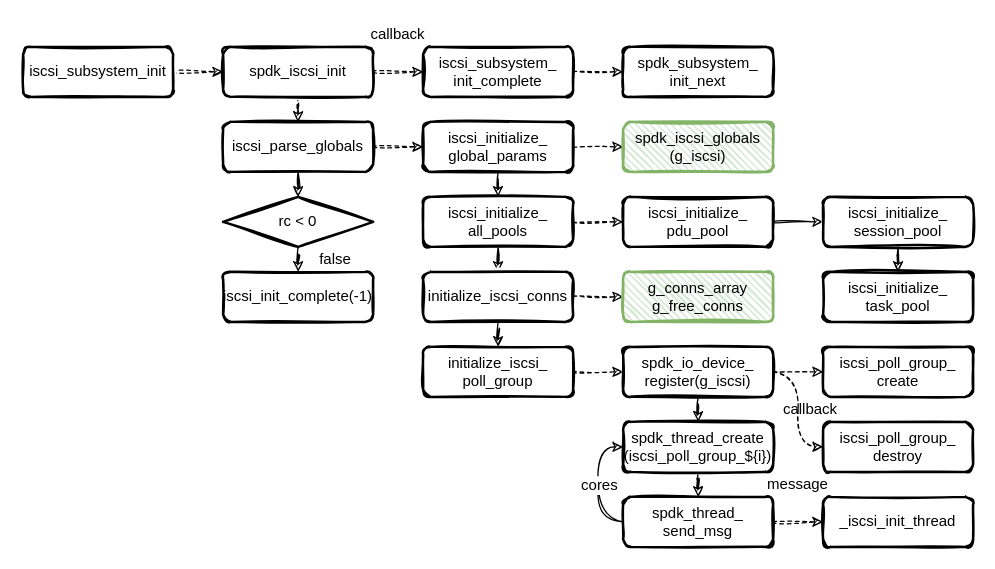
The draw.io diagram page "spdk_iscsi" (2 of 2) of spdk/spdk_iscsi.drawio in EarthWind/deeparch, before the edit. Source tidied: cells renumbered, new cells numbered last; positions are measured from the earlier drawing's top-left corner, leaving out a move shared by most shapes. Both pictures are drawn from the tidied source at 125%, with x=0, y=0 at pixel (22, 21).
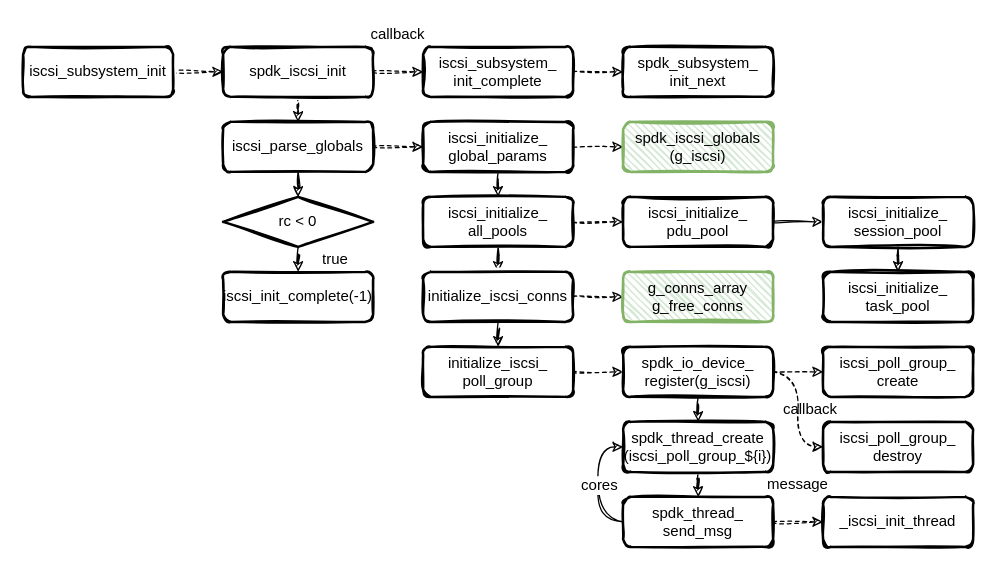
The same diagram, later.

Diff of the diagram source:
```diff
@@
-    <mxCell id="17" value="false" style="text;html=1;strokeColor=none;fillColor=none;align=center;verticalAlign=middle;whiteSpace=wrap;overflow=hidden;shadow=0;sketch=1;fillWeight=1;hachureGap=4;fontSize=12;fontColor=#000000;" parent="1" vertex="1">
+    <mxCell id="17" value="true" style="text;html=1;strokeColor=none;fillColor=none;align=center;verticalAlign=middle;whiteSpace=wrap;overflow=hidden;shadow=0;sketch=1;fillWeight=1;hachureGap=4;fontSize=12;fontColor=#000000;" parent="1" vertex="1">
       <mxGeometry x="220" y="180" width="60" height="20" as="geometry" />
     </mxCell>
```
